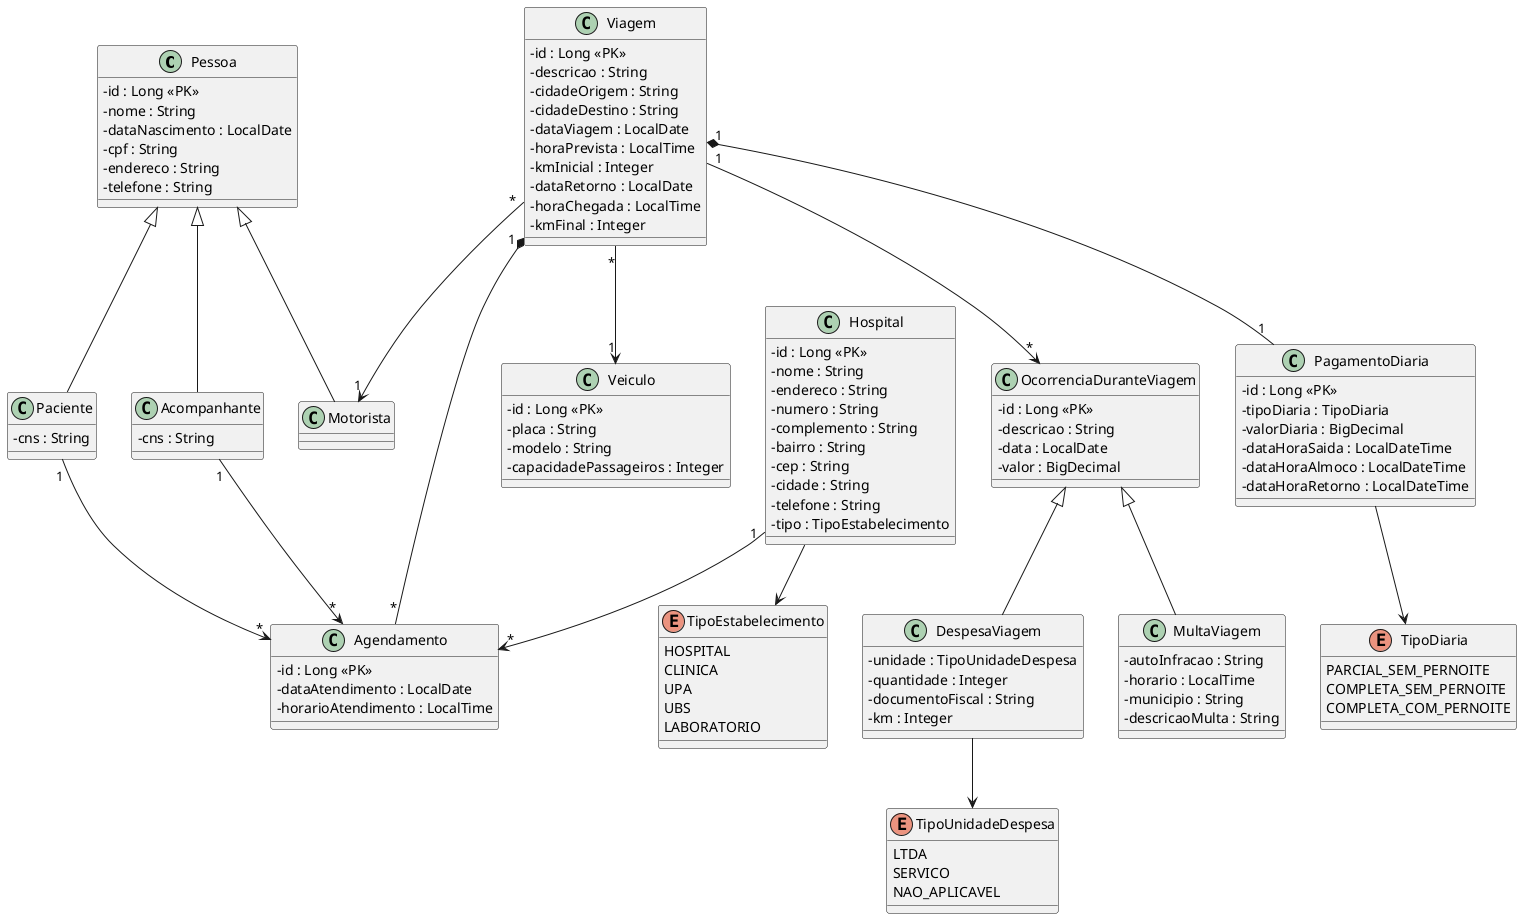
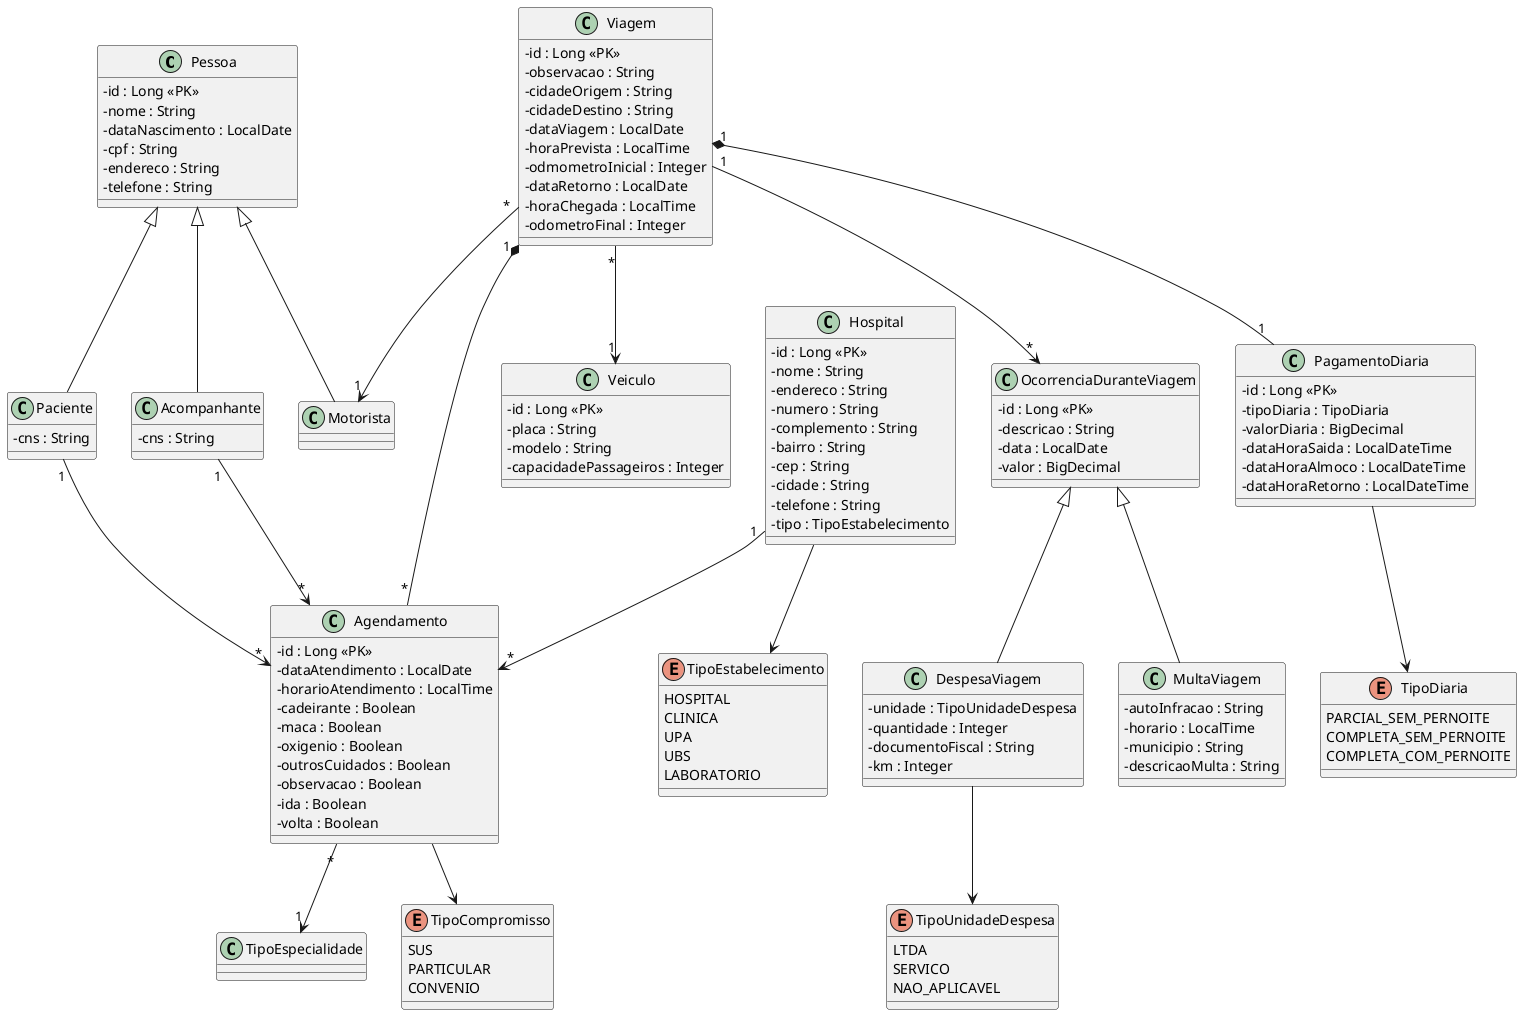
@startuml

skinparam classAttributeIconSize 0

class Pessoa {
   - id : Long <<PK>>
   - nome : String
   - dataNascimento : LocalDate
   - cpf : String
   - endereco : String
   - telefone : String
}

class Motorista

class Paciente {
   - cns : String
}

class Acompanhante {
  - cns : String
}

class OcorrenciaDuranteViagem {
  - id : Long <<PK>>
  - descricao : String
  - data : LocalDate
  - valor : BigDecimal
}

class MultaViagem {
  - autoInfracao : String
  - horario : LocalTime
  - municipio : String
  - descricaoMulta : String
}

class DespesaViagem {
  - unidade : TipoUnidadeDespesa
  - quantidade : Integer
  - documentoFiscal : String
  - km : Integer
}

class Hospital {
    - id : Long <<PK>>
	- nome : String
	- endereco : String
	- numero : String
	- complemento : String
	- bairro : String
	- cep : String
	- cidade : String
	- telefone : String
    - tipo : TipoEstabelecimento

}

enum TipoDiaria {
    PARCIAL_SEM_PERNOITE
    COMPLETA_SEM_PERNOITE
    COMPLETA_COM_PERNOITE
}

enum TipoEstabelecimento {
    HOSPITAL
	CLINICA
	UPA
	UBS
	LABORATORIO
}

enum TipoUnidadeDespesa {
    LTDA
	SERVICO
	NAO_APLICAVEL

}

+ enum TipoCompromisso {
+    SUS
+    PARTICULAR
+    CONVENIO
+ }
+ 
class Viagem {

	- id : Long <<PK>>
- 	- descricao : String
+ 	- observacao : String
	- cidadeOrigem : String
	- cidadeDestino : String
	- dataViagem : LocalDate
	- horaPrevista : LocalTime
- 	- kmInicial : Integer
+ 	- odmometroInicial : Integer
	- dataRetorno : LocalDate
	- horaChegada : LocalTime
- 	- kmFinal : Integer
+ 	- odometroFinal : Integer
}

class Veiculo {

  - id : Long <<PK>>
  - placa : String
  - modelo : String
  - capacidadePassageiros : Integer

}

class Agendamento {
  - id : Long <<PK>>
  - dataAtendimento : LocalDate
  - horarioAtendimento : LocalTime
+   - cadeirante : Boolean
+   - maca : Boolean
+   - oxigenio : Boolean
+   -	outrosCuidados : Boolean
+   - observacao : Boolean
+   - ida : Boolean
+   - volta : Boolean
+ 
}

class PagamentoDiaria {
	- id : Long <<PK>>
	- tipoDiaria : TipoDiaria
	- valorDiaria : BigDecimal
	- dataHoraSaida : LocalDateTime
	- dataHoraAlmoco : LocalDateTime
	- dataHoraRetorno : LocalDateTime
}


Pessoa <|-- Motorista
Pessoa <|-- Paciente
Pessoa <|-- Acompanhante

Viagem "*" --> "1" Veiculo
Viagem "*" --> "1" Motorista
Viagem "1" --> "*" OcorrenciaDuranteViagem
Viagem "1" *-- "*" Agendamento
Viagem "1" *-- "1" PagamentoDiaria

OcorrenciaDuranteViagem <|-- MultaViagem
OcorrenciaDuranteViagem <|-- DespesaViagem

- 
+ Agendamento "*" --> "1" TipoEspecialidade
Paciente "1" --> "*" Agendamento
Acompanhante "1" --> "*" Agendamento
Hospital "1" --> "*" Agendamento


Hospital --> TipoEstabelecimento
DespesaViagem --> TipoUnidadeDespesa
PagamentoDiaria --> TipoDiaria
+ Agendamento --> TipoCompromisso

@enduml